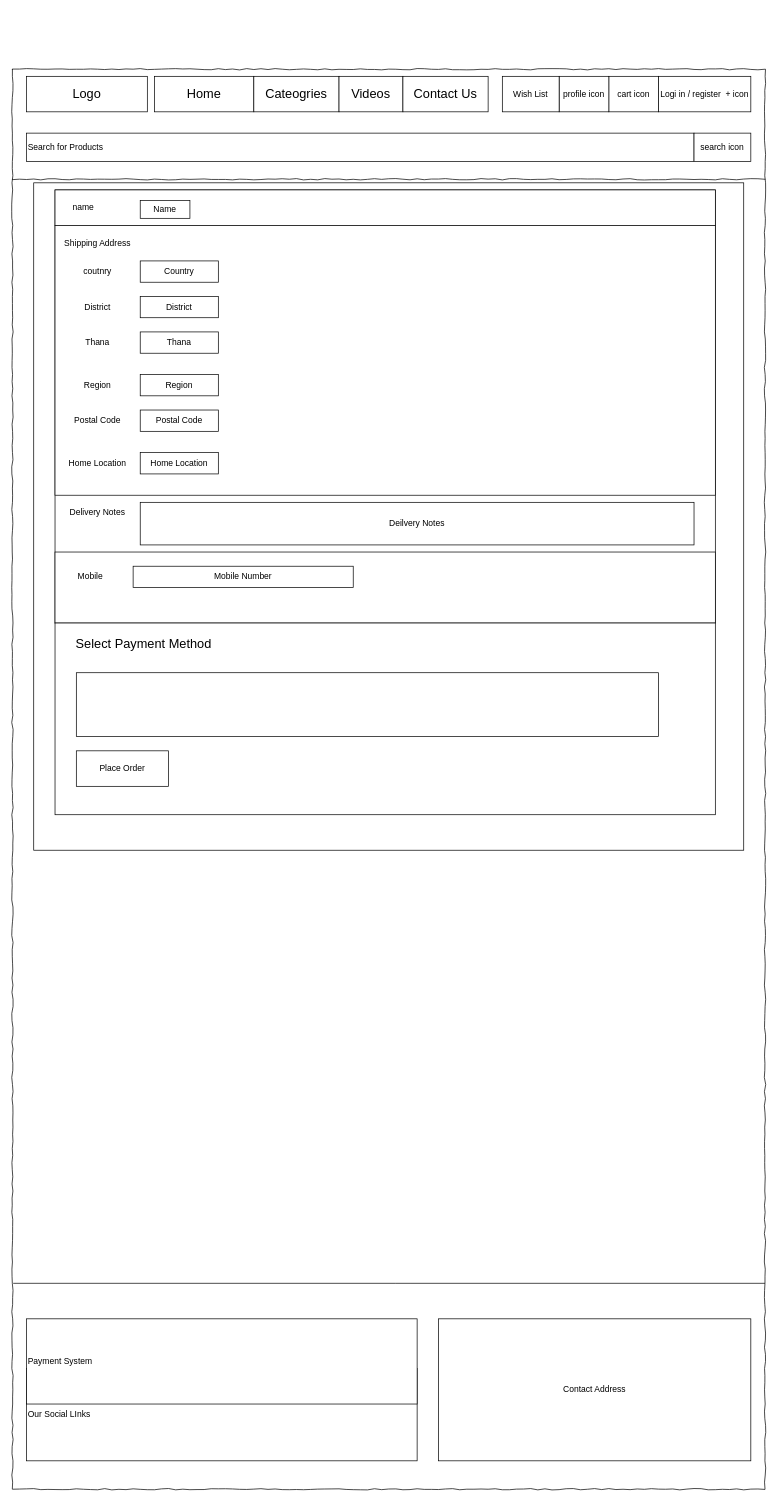
Before: StoryBoards/purchase.drawio in ARTushar/onlineshop-frontend, a draw.io diagram. Source tidied: cells renumbered, new cells numbered last; positions are measured from the earlier drawing's top-left corner, leaving out a move shared by most shapes. Both pictures are drawn from the tidied source at 71%, with x=0, y=0 at pixel (12, 69).
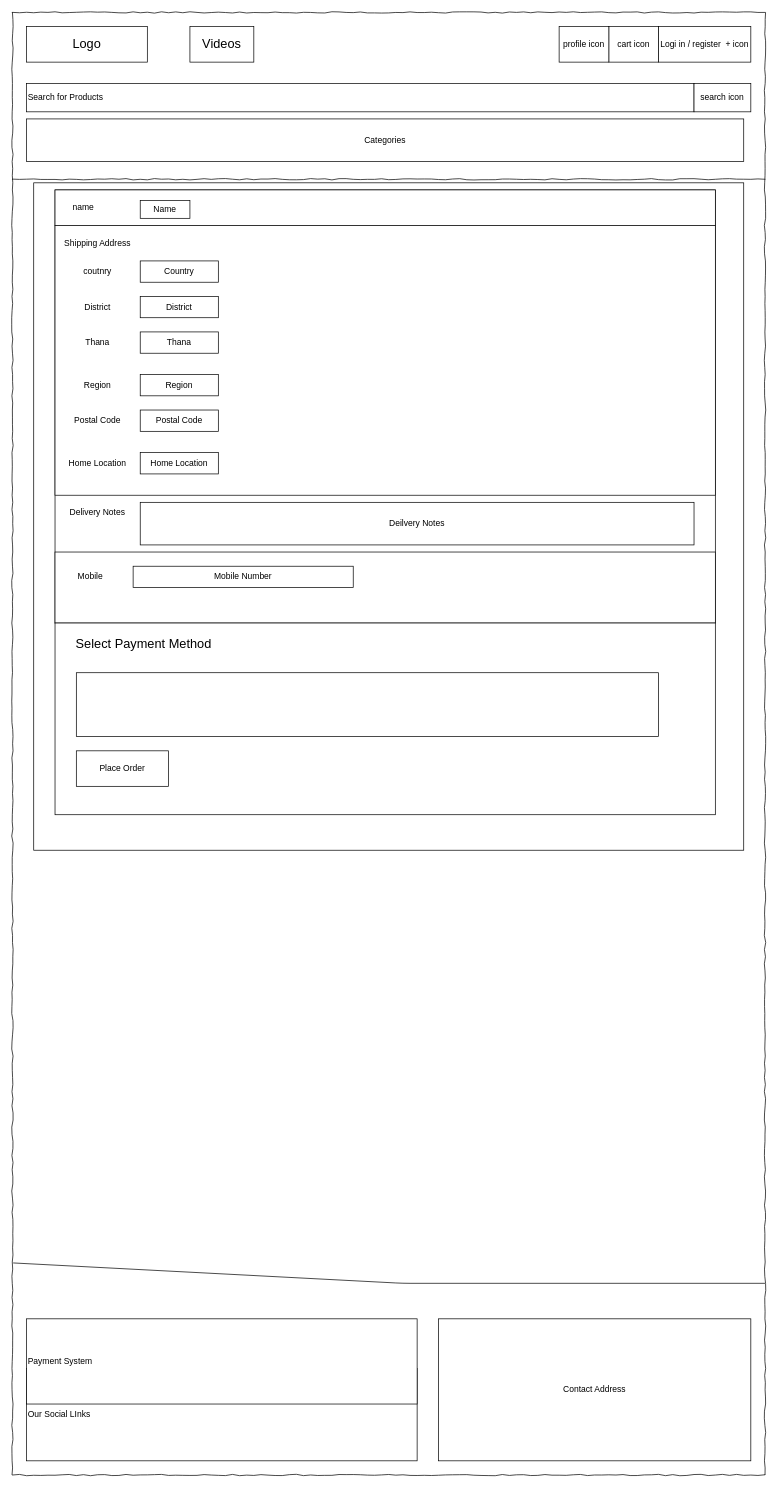
The same diagram, later.

The edit, as a diff of the source:
```diff
@@
     <mxCell id="2" style="whiteSpace=wrap;html=1;rounded=0;shadow=0;labelBackgroundColor=none;strokeColor=#000000;strokeWidth=1;fillColor=none;fontFamily=Verdana;fontSize=12;fontColor=#000000;align=center;comic=1;" parent="1" vertex="1">
-      <mxGeometry width="1060" height="2000" as="geometry" />
+      <mxGeometry y="-80" width="1060" height="2060" as="geometry" />
     </mxCell>
@@
     <mxCell id="4" value="&lt;font style=&quot;font-size: 18px&quot;&gt;Logo&lt;/font&gt;" style="rounded=0;whiteSpace=wrap;html=1;" parent="1" vertex="1">
-      <mxGeometry x="20" y="10" width="170" height="50" as="geometry" />
+      <mxGeometry x="20" y="-60" width="170" height="50" as="geometry" />
     </mxCell>
     <mxCell id="5" value="cart icon" style="rounded=0;whiteSpace=wrap;html=1;" parent="1" vertex="1">
-      <mxGeometry x="840" y="10" width="70" height="50" as="geometry" />
+      <mxGeometry x="840" y="-60" width="70" height="50" as="geometry" />
     </mxCell>
     <mxCell id="6" value="Logi in / register&amp;nbsp; + icon" style="rounded=0;whiteSpace=wrap;html=1;" parent="1" vertex="1">
-      <mxGeometry x="910" y="10" width="130" height="50" as="geometry" />
+      <mxGeometry x="910" y="-60" width="130" height="50" as="geometry" />
     </mxCell>
@@
-    <mxCell id="8" value="&lt;font style=&quot;font-size: 18px&quot;&gt;Home&lt;/font&gt;" style="rounded=0;whiteSpace=wrap;html=1;" parent="1" vertex="1">
-      <mxGeometry x="200" y="10" width="140" height="50" as="geometry" />
-    </mxCell>
-    <mxCell id="9" value="&lt;font style=&quot;font-size: 18px&quot;&gt;Cateogries&lt;/font&gt;" style="rounded=0;whiteSpace=wrap;html=1;" parent="1" vertex="1">
-      <mxGeometry x="340" y="10" width="120" height="50" as="geometry" />
-    </mxCell>
     <mxCell id="10" value="&lt;font style=&quot;font-size: 18px&quot;&gt;Videos&lt;/font&gt;" style="rounded=0;whiteSpace=wrap;html=1;" parent="1" vertex="1">
-      <mxGeometry x="460" y="10" width="90" height="50" as="geometry" />
+      <mxGeometry x="250" y="-60" width="90" height="50" as="geometry" />
     </mxCell>
     <mxCell id="11" value="profile icon" style="rounded=0;whiteSpace=wrap;html=1;" parent="1" vertex="1">
-      <mxGeometry x="770" y="10" width="70" height="50" as="geometry" />
+      <mxGeometry x="770" y="-60" width="70" height="50" as="geometry" />
     </mxCell>
-    <mxCell id="12" value="Wish List" style="rounded=0;whiteSpace=wrap;html=1;" parent="1" vertex="1">
-      <mxGeometry x="690" y="10" width="80" height="50" as="geometry" />
-    </mxCell>
-    <mxCell id="13" value="&lt;font style=&quot;font-size: 18px&quot;&gt;Contact Us&lt;/font&gt;" style="rounded=0;whiteSpace=wrap;html=1;" parent="1" vertex="1">
-      <mxGeometry x="550" y="10" width="120" height="50" as="geometry" />
-    </mxCell>
@@
     <mxCell id="17" value="Search for Products" style="rounded=0;whiteSpace=wrap;html=1;align=left;" parent="1" vertex="1">
-      <mxGeometry x="20" y="90" width="940" height="40" as="geometry" />
+      <mxGeometry x="20" y="20" width="940" height="40" as="geometry" />
     </mxCell>
     <mxCell id="18" value="search icon" style="rounded=0;whiteSpace=wrap;html=1;" parent="1" vertex="1">
-      <mxGeometry x="960" y="90" width="80" height="40" as="geometry" />
+      <mxGeometry x="960" y="20" width="80" height="40" as="geometry" />
     </mxCell>
@@
+    <mxCell id="49" value="Categories" style="rounded=0;whiteSpace=wrap;html=1;align=center;" parent="1" vertex="1">
+      <mxGeometry x="20" y="70" width="1010" height="60" as="geometry" />
+    </mxCell>
```
